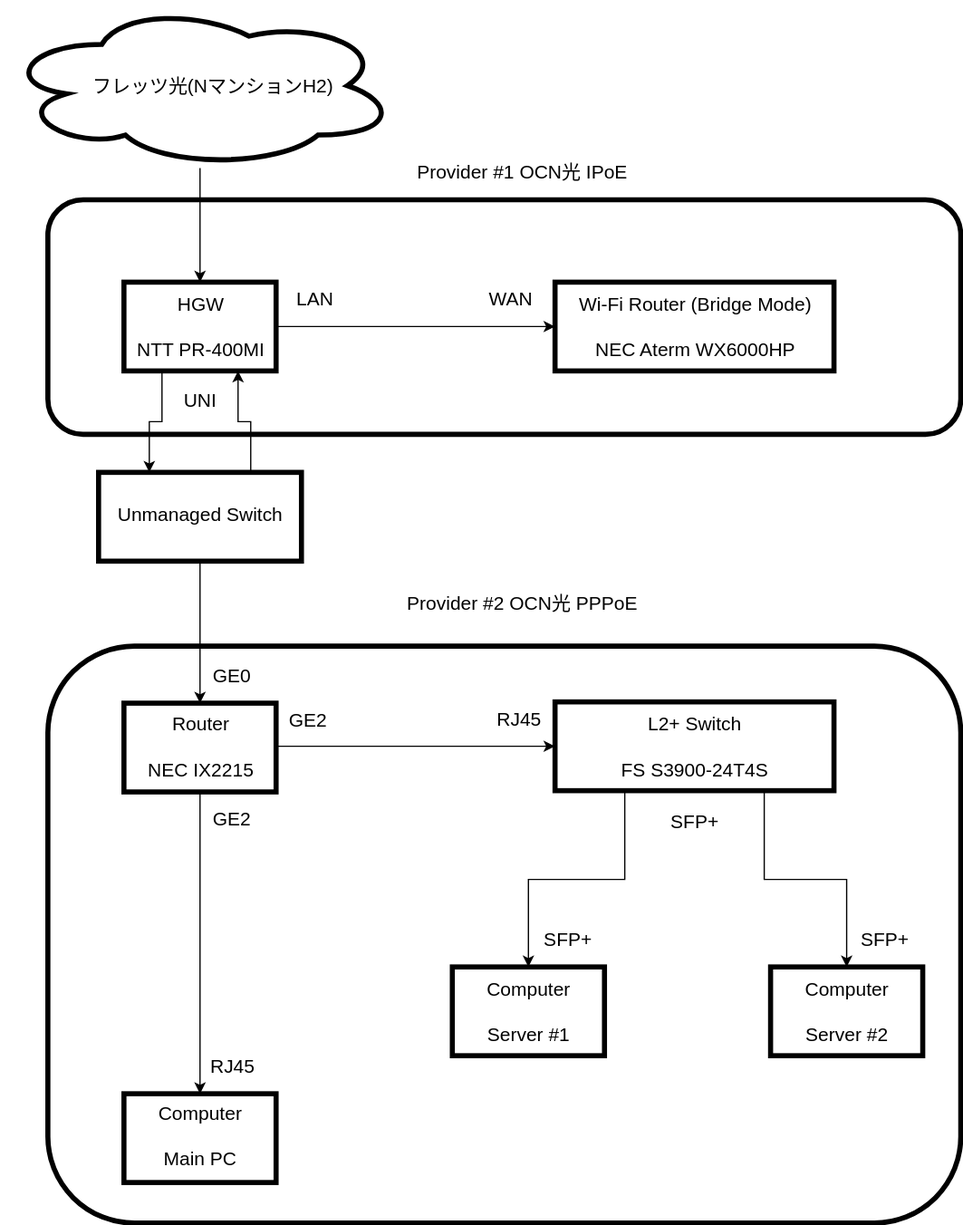
Earlier version of the draw.io export docs/tsasakinet.drawio.svg (t-sasaki915/t-sasaki-net). Source tidied: cells renumbered, new cells last; positions are measured from the earlier drawing's top-left corner, leaving out a move shared by most shapes.
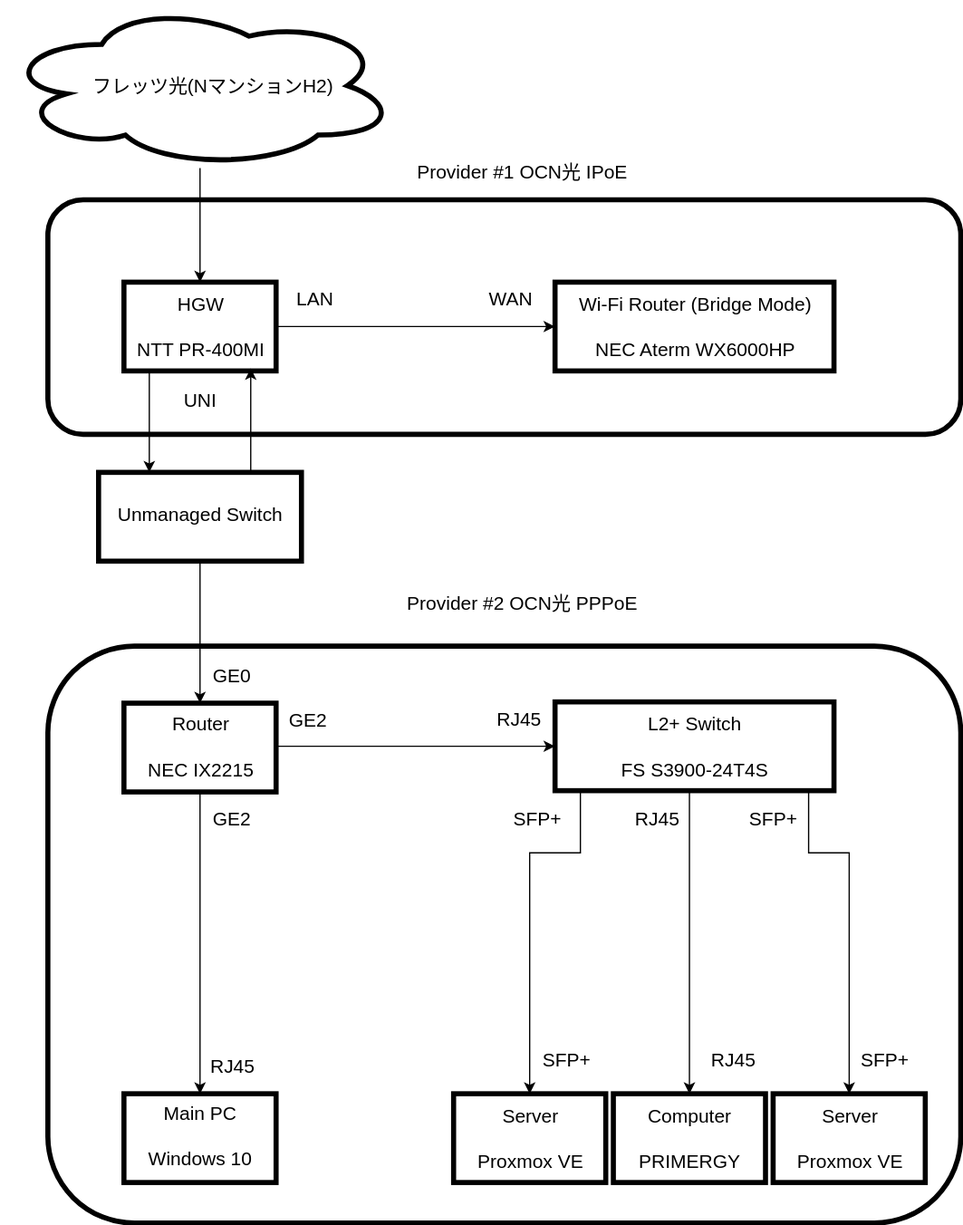
The same diagram one commit later.

The edit, as a diff of the source:
```diff
@@ -9,7 +9,11 @@
       <mxGeometry x="35" y="155" width="720" height="185" as="geometry" />
     </mxCell>
     <mxCell id="4" style="edgeStyle=orthogonalEdgeStyle;rounded=0;jettySize=auto;html=1;exitX=0.25;exitY=1;exitDx=0;exitDy=0;entryX=0.25;entryY=0;entryDx=0;entryDy=0;" parent="1" edge="1" source="5" target="23">
-      <mxGeometry relative="1" as="geometry" />
+      <mxGeometry relative="1" as="geometry">
+        <Array as="points">
+          <mxPoint x="115" y="290" />
+        </Array>
+      </mxGeometry>
     </mxCell>
     <mxCell id="5" style="rounded=0;whiteSpace=wrap;html=1;strokeWidth=4;" parent="1" vertex="1">
       <mxGeometry x="95" y="220" width="120" height="70" as="geometry" />
@@ -56,15 +60,15 @@
     <mxCell id="19" value="&lt;span style=&quot;font-size: 15px&quot;&gt;RJ45&lt;br&gt;&lt;/span&gt;" style="text;html=1;strokeColor=none;fillColor=none;align=center;verticalAlign=middle;whiteSpace=wrap;rounded=0;" parent="1" vertex="1">
       <mxGeometry x="120" y="815" width="120" height="45" as="geometry" />
     </mxCell>
-    <mxCell id="20" value="&lt;span style=&quot;font-size: 15px&quot;&gt;Computer&lt;br&gt;&lt;br&gt;Main PC&lt;br&gt;&lt;/span&gt;" style="text;html=1;strokeColor=none;fillColor=none;align=center;verticalAlign=middle;whiteSpace=wrap;rounded=0;" parent="1" vertex="1">
+    <mxCell id="20" value="&lt;span style=&quot;font-size: 15px&quot;&gt;Main PC&lt;br&gt;&lt;br&gt;Windows 10&lt;br&gt;&lt;/span&gt;" style="text;html=1;strokeColor=none;fillColor=none;align=center;verticalAlign=middle;whiteSpace=wrap;rounded=0;" parent="1" vertex="1">
       <mxGeometry x="95" y="870" width="120" height="45" as="geometry" />
     </mxCell>
-    <mxCell id="21" style="edgeStyle=orthogonalEdgeStyle;rounded=0;jettySize=auto;html=1;exitX=0.75;exitY=0;exitDx=0;exitDy=0;entryX=0.75;entryY=1;entryDx=0;entryDy=0;" parent="1" edge="1" source="23" target="5">
-      <mxGeometry relative="1" as="geometry" />
-    </mxCell>
     <mxCell id="22" style="edgeStyle=orthogonalEdgeStyle;rounded=0;jettySize=auto;html=1;exitX=0.5;exitY=1;exitDx=0;exitDy=0;entryX=0.5;entryY=0;entryDx=0;entryDy=0;" parent="1" edge="1" source="23" target="12">
       <mxGeometry relative="1" as="geometry" />
     </mxCell>
+    <mxCell id="44" style="edgeStyle=orthogonalEdgeStyle;rounded=0;jettySize=auto;html=1;exitX=0.75;exitY=0;exitDx=0;exitDy=0;entryX=0.833;entryY=-0.044;entryDx=0;entryDy=0;entryPerimeter=0;" parent="1" edge="1" source="23" target="13">
+      <mxGeometry relative="1" as="geometry" />
+    </mxCell>
     <mxCell id="23" style="rounded=0;whiteSpace=wrap;html=1;strokeWidth=4;" parent="1" vertex="1">
       <mxGeometry x="75" y="370" width="160" height="70" as="geometry" />
     </mxCell>
@@ -90,23 +94,42 @@
       <mxGeometry x="314" y="450" width="190" height="45" as="geometry" />
     </mxCell>
     <mxCell id="31" style="rounded=0;whiteSpace=wrap;html=1;strokeWidth=4;" parent="1" vertex="1">
-      <mxGeometry x="354" y="760" width="120" height="70" as="geometry" />
+      <mxGeometry x="355" y="860" width="120" height="70" as="geometry" />
     </mxCell>
-    <mxCell id="32" value="&lt;span style=&quot;font-size: 15px&quot;&gt;Computer&lt;br&gt;&lt;br&gt;Server #1&lt;br&gt;&lt;/span&gt;" style="text;html=1;strokeColor=none;fillColor=none;align=center;verticalAlign=middle;whiteSpace=wrap;rounded=0;" parent="1" vertex="1">
-      <mxGeometry x="354" y="772.5" width="120" height="45" as="geometry" />
+    <mxCell id="32" value="&lt;span style=&quot;font-size: 15px&quot;&gt;Server&lt;br&gt;&lt;br&gt;Proxmox VE&lt;br&gt;&lt;/span&gt;" style="text;html=1;strokeColor=none;fillColor=none;align=center;verticalAlign=middle;whiteSpace=wrap;rounded=0;" parent="1" vertex="1">
+      <mxGeometry x="355" y="872.5" width="120" height="45" as="geometry" />
     </mxCell>
     <mxCell id="33" style="rounded=0;whiteSpace=wrap;html=1;strokeWidth=4;" parent="1" vertex="1">
-      <mxGeometry x="605" y="760" width="120" height="70" as="geometry" />
+      <mxGeometry x="607" y="860" width="120" height="70" as="geometry" />
     </mxCell>
-    <mxCell id="34" value="&lt;span style=&quot;font-size: 15px&quot;&gt;Computer&lt;br&gt;&lt;br&gt;Server #2&lt;br&gt;&lt;/span&gt;" style="text;html=1;strokeColor=none;fillColor=none;align=center;verticalAlign=middle;whiteSpace=wrap;rounded=0;" parent="1" vertex="1">
-      <mxGeometry x="605" y="772.5" width="120" height="45" as="geometry" />
+    <mxCell id="34" value="&lt;span style=&quot;font-size: 15px&quot;&gt;Server&lt;br&gt;&lt;br&gt;Proxmox VE&lt;br&gt;&lt;/span&gt;" style="text;html=1;strokeColor=none;fillColor=none;align=center;verticalAlign=middle;whiteSpace=wrap;rounded=0;" parent="1" vertex="1">
+      <mxGeometry x="607" y="872.5" width="120" height="45" as="geometry" />
     </mxCell>
+    <mxCell id="36" style="edgeStyle=orthogonalEdgeStyle;rounded=0;jettySize=auto;html=1;exitX=0.75;exitY=1;exitDx=0;exitDy=0;entryX=0.5;entryY=0;entryDx=0;entryDy=0;" parent="1" edge="1" source="37" target="33">
+      <mxGeometry relative="1" as="geometry">
+        <Array as="points">
+          <mxPoint x="635" y="621" />
+          <mxPoint x="635" y="670" />
+          <mxPoint x="667" y="670" />
+        </Array>
+      </mxGeometry>
+    </mxCell>
     <mxCell id="35" style="edgeStyle=orthogonalEdgeStyle;rounded=0;jettySize=auto;html=1;exitX=0.25;exitY=1;exitDx=0;exitDy=0;entryX=0.5;entryY=0;entryDx=0;entryDy=0;" parent="1" edge="1" source="37" target="31">
-      <mxGeometry relative="1" as="geometry" />
+      <mxGeometry relative="1" as="geometry">
+        <Array as="points">
+          <mxPoint x="455" y="621" />
+          <mxPoint x="455" y="670" />
+          <mxPoint x="415" y="670" />
+        </Array>
+      </mxGeometry>
     </mxCell>
-    <mxCell id="36" style="edgeStyle=orthogonalEdgeStyle;rounded=0;jettySize=auto;html=1;exitX=0.75;exitY=1;exitDx=0;exitDy=0;entryX=0.5;entryY=0;entryDx=0;entryDy=0;" parent="1" edge="1" source="37" target="33">
-      <mxGeometry relative="1" as="geometry" />
-    </mxCell>
+    <mxCell id="45" style="edgeStyle=orthogonalEdgeStyle;rounded=0;jettySize=auto;html=1;exitX=0.5;exitY=1;exitDx=0;exitDy=0;entryX=0.5;entryY=0;entryDx=0;entryDy=0;" parent="1" edge="1" source="37" target="47">
+      <mxGeometry relative="1" as="geometry">
+        <Array as="points">
+          <mxPoint x="541" y="621" />
+        </Array>
+      </mxGeometry>
+    </mxCell>
     <mxCell id="37" style="rounded=0;whiteSpace=wrap;html=1;strokeWidth=4;" parent="1" vertex="1">
       <mxGeometry x="435" y="551" width="220" height="70" as="geometry" />
     </mxCell>
@@ -117,16 +140,31 @@
       <mxGeometry x="180" y="542" width="120" height="45" as="geometry" />
     </mxCell>
     <mxCell id="40" value="&lt;span style=&quot;font-size: 15px&quot;&gt;SFP+&lt;br&gt;&lt;/span&gt;" style="text;html=1;strokeColor=none;fillColor=none;align=center;verticalAlign=middle;whiteSpace=wrap;rounded=0;" parent="1" vertex="1">
-      <mxGeometry x="385" y="715" width="120" height="45" as="geometry" />
+      <mxGeometry x="384" y="810" width="120" height="45" as="geometry" />
     </mxCell>
     <mxCell id="41" value="&lt;span style=&quot;font-size: 15px&quot;&gt;RJ45&lt;br&gt;&lt;/span&gt;" style="text;html=1;strokeColor=none;fillColor=none;align=center;verticalAlign=middle;whiteSpace=wrap;rounded=0;" parent="1" vertex="1">
       <mxGeometry x="346.5" y="541" width="120" height="45" as="geometry" />
     </mxCell>
     <mxCell id="42" value="&lt;span style=&quot;font-size: 15px&quot;&gt;SFP+&lt;br&gt;&lt;/span&gt;" style="text;html=1;strokeColor=none;fillColor=none;align=center;verticalAlign=middle;whiteSpace=wrap;rounded=0;" parent="1" vertex="1">
-      <mxGeometry x="635" y="715" width="120" height="45" as="geometry" />
+      <mxGeometry x="635" y="810" width="120" height="45" as="geometry" />
     </mxCell>
     <mxCell id="43" value="&lt;span style=&quot;font-size: 15px&quot;&gt;SFP+&lt;br&gt;&lt;/span&gt;" style="text;html=1;strokeColor=none;fillColor=none;align=center;verticalAlign=middle;whiteSpace=wrap;rounded=0;" parent="1" vertex="1">
-      <mxGeometry x="485" y="622" width="120" height="45" as="geometry" />
+      <mxGeometry x="361" y="620" width="120" height="45" as="geometry" />
     </mxCell>
+    <mxCell id="46" value="&lt;span style=&quot;font-size: 15px&quot;&gt;SFP+&lt;br&gt;&lt;/span&gt;" style="text;html=1;strokeColor=none;fillColor=none;align=center;verticalAlign=middle;whiteSpace=wrap;rounded=0;" parent="1" vertex="1">
+      <mxGeometry x="547" y="620" width="120" height="45" as="geometry" />
+    </mxCell>
+    <mxCell id="47" style="rounded=0;whiteSpace=wrap;html=1;strokeWidth=4;" parent="1" vertex="1">
+      <mxGeometry x="481" y="860" width="120" height="70" as="geometry" />
+    </mxCell>
+    <mxCell id="48" value="&lt;span style=&quot;font-size: 15px&quot;&gt;Computer&lt;br&gt;&lt;br&gt;PRIMERGY&lt;br&gt;&lt;/span&gt;" style="text;html=1;strokeColor=none;fillColor=none;align=center;verticalAlign=middle;whiteSpace=wrap;rounded=0;" parent="1" vertex="1">
+      <mxGeometry x="481" y="872.5" width="120" height="45" as="geometry" />
+    </mxCell>
+    <mxCell id="49" value="&lt;span style=&quot;font-size: 15px&quot;&gt;RJ45&lt;br&gt;&lt;/span&gt;" style="text;html=1;strokeColor=none;fillColor=none;align=center;verticalAlign=middle;whiteSpace=wrap;rounded=0;" parent="1" vertex="1">
+      <mxGeometry x="455" y="620" width="120" height="45" as="geometry" />
+    </mxCell>
+    <mxCell id="50" value="&lt;span style=&quot;font-size: 15px&quot;&gt;RJ45&lt;br&gt;&lt;/span&gt;" style="text;html=1;strokeColor=none;fillColor=none;align=center;verticalAlign=middle;whiteSpace=wrap;rounded=0;" parent="1" vertex="1">
+      <mxGeometry x="515" y="810" width="120" height="45" as="geometry" />
+    </mxCell>
   </root>
 </mxGraphModel>
```
